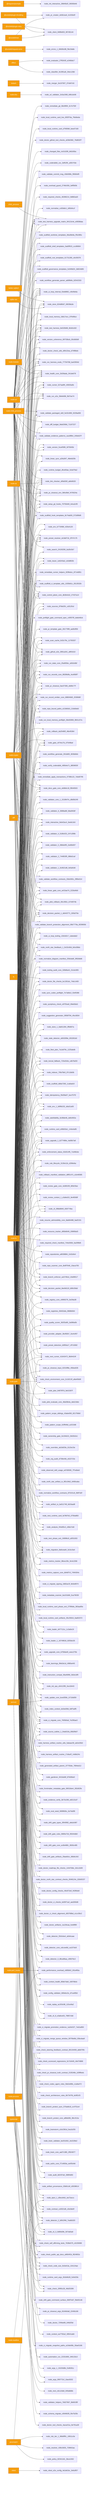
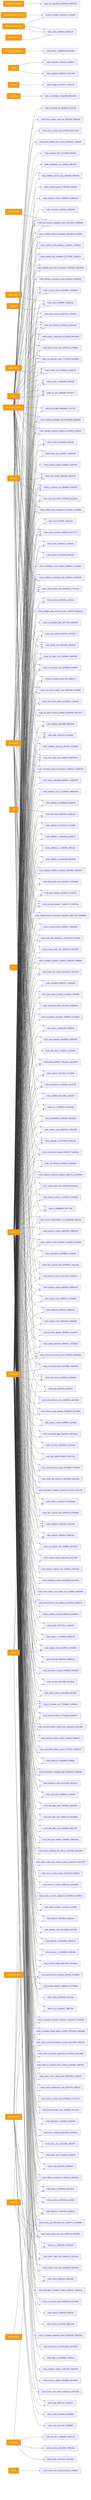
graph LR
  ext_inquirer_prompts_4d547149["@inquirer/prompts"] --> node_init_interactive_28845b2f_39350b46
  ext_octokit_plugin_retry_c9aecc53["@octokit/plugin-retry"] --> node_client_948fe603_907d5144
  ext_octokit_plugin_throttling_7909ece3["@octokit/plugin-throttling"] --> node_client_948fe603_907d5144
  ext_octokit_plugin_throttling_7909ece3["@octokit/plugin-throttling"] --> node_pr_creator_dc6b1ea4_4c333e0f
  ext_octokit_request_error_98ae13cc["@octokit/request-error"] --> node_errors_1_84b56c88_f9e19a8e
  ext_octokit_rest_c6e4d192["@octokit/rest"] --> node_client_948fe603_907d5144
  ext_octokit_rest_c6e4d192["@octokit/rest"] --> node_pr_creator_dc6b1ea4_4c333e0f
  ext_better_sqlite3_d7ed8f1a["better-sqlite3"] --> node_store_824d80d7_69038a3e
  ext_child_process_4845fa97["child_process"] --> node_test_harness_upgrade_matrix_84113c4e_e0838daa
  ext_diff_75a0ee1b["diff"] --> node_interactive_0eb42ac4_3ee6c3c6
  ext_effect_68d1dae1["effect"] --> node_classifier_fe1991a9_34ec128d
  ext_effect_68d1dae1["effect"] --> node_evaluator_27f6343f_e2466dc7
  ext_fs_3f4bb586["fs"] --> node_doctor_file_checks_bc1301dc_74dc1400
  ext_lodash_901466a5["lodash"] --> node_merger_3e167607_07e847e5
  ext_node_child_process_f62b7d19["node:child_process"] --> node_branch_enforcer_acb749cd_10e89517
  ext_node_child_process_f62b7d19["node:child_process"] --> node_changed_files_4c0102f6_bfd165bc
  ext_node_child_process_f62b7d19["node:child_process"] --> node_check_environment_core_2c16213f_a8a456d9
  ext_node_child_process_f62b7d19["node:child_process"] --> node_ci_migrate_core_7005b5af_7e295ae3
  ext_node_child_process_f62b7d19["node:child_process"] --> node_control_plane_core_db3b4cb2_27437a14
  ext_node_child_process_f62b7d19["node:child_process"] --> node_diff_budget_9da0268d_71167227
  ext_node_child_process_f62b7d19["node:child_process"] --> node_docs_gate_core_eb9b6c18_f8540503
  ext_node_child_process_f62b7d19["node:child_process"] --> node_doctor_check_utils_d0fc22ea_d74f86eb
  ext_node_child_process_f62b7d19["node:child_process"] --> node_doctor_github_tool_checks_a53b0382_76d832f7
  ext_node_child_process_f62b7d19["node:child_process"] --> node_github_e2e_2891a341_af6f1610
  ext_node_child_process_f62b7d19["node:child_process"] --> node_health_core_2b2fdada_341de678
  ext_node_child_process_f62b7d19["node:child_process"] --> node_linear_gate_core_a415ae74_222bd4b9
  ext_node_child_process_f62b7d19["node:child_process"] --> node_link_checker_d0fa555f_abfe9020
  ext_node_child_process_f62b7d19["node:child_process"] --> node_local_memory_0db17ecc_97fe98ce
  ext_node_child_process_f62b7d19["node:child_process"] --> node_local_runtime_card_d7fd59bf_beed7160
  ext_node_child_process_f62b7d19["node:child_process"] --> node_local_runtime_card_live_65f2f7da_7feb6eda
  ext_node_child_process_f62b7d19["node:child_process"] --> node_next_runner_41643472_9b94424f
  ext_node_child_process_f62b7d19["node:child_process"] --> node_pr_closeout_0ac07306_e8d9c77f
  ext_node_child_process_f62b7d19["node:child_process"] --> node_pr_closeout_env_9bfcd9ef_f476024a
  ext_node_child_process_f62b7d19["node:child_process"] --> node_remediate_git_58c6f6f4_3c7e755f
  ext_node_child_process_f62b7d19["node:child_process"] --> node_run_e2e_39efe696_fb07ee74
  ext_node_child_process_f62b7d19["node:child_process"] --> node_run_harness_evals_77704768_ba42904d
-   ext_node_child_process_f62b7d19["node:child_process"] --> node_runner_527aa9f4_40925a5b
+   ext_node_child_process_f62b7d19["node:child_process"] --> node_runner_1_6f281bf8_36f20bbb
  ext_node_child_process_f62b7d19["node:child_process"] --> node_scaffold_hook_templates_8c74ab50_572d99d9
  ext_node_child_process_f62b7d19["node:child_process"] --> node_search_24193290_6a30c5b7
  ext_node_child_process_f62b7d19["node:child_process"] --> node_setup_git_hooks_70750d40_b4ca2cf9
  ext_node_child_process_f62b7d19["node:child_process"] --> node_test_harness_6e520b98_6b3d1d32
  ext_node_child_process_f62b7d19["node:child_process"] --> node_test_harness_upgrade_matrix_84113c4e_e0838daa
  ext_node_child_process_f62b7d19["node:child_process"] --> node_ui_loop_internal_f2eb8892_c4b49e6a
  ext_node_child_process_f62b7d19["node:child_process"] --> node_validate_commit_msg_43b008fe_f9560ef9
  ext_node_child_process_f62b7d19["node:child_process"] --> node_validate_evidence_patterns_cacd9fb4_240eb37f
  ext_node_child_process_f62b7d19["node:child_process"] --> node_validate_packaged_skill_5e32c890_9228ad58
  ext_node_child_process_f62b7d19["node:child_process"] --> node_version_coherence_69733bcb_00c8d5d9
  ext_node_crypto_c7dfc512["node:crypto"] --> node_analysis_f44e85c4_c68a7cb6
  ext_node_crypto_c7dfc512["node:crypto"] --> node_artifact_io_ba511748_6d1faad8
  ext_node_crypto_c7dfc512["node:crypto"] --> node_check_environment_core_2c16213f_a8a456d9
  ext_node_crypto_c7dfc512["node:crypto"] --> node_ci_migrate_signing_2d82ac3f_9e5e8974
  ext_node_crypto_c7dfc512["node:crypto"] --> node_control_plane_core_db3b4cb2_27437a14
  ext_node_crypto_c7dfc512["node:crypto"] --> node_decision_packet_1_dd443771_92fa570e
  ext_node_crypto_c7dfc512["node:crypto"] --> node_decision_packet_8ee9d119_b89c59dd
  ext_node_crypto_c7dfc512["node:crypto"] --> node_docs_gate_core_eb9b6c18_f8540503
  ext_node_crypto_c7dfc512["node:crypto"] --> node_enforcement_status_92d314f5_7cd48cbe
  ext_node_crypto_c7dfc512["node:crypto"] --> node_env_b77349bf_420e4120
  ext_node_crypto_c7dfc512["node:crypto"] --> node_gate_c974e17b_07549baf
  ext_node_crypto_c7dfc512["node:crypto"] --> node_idempotency_f5d39a07_bce757f2
  ext_node_crypto_c7dfc512["node:crypto"] --> node_indexer_70fa78e5_97c1bb0b
  ext_node_crypto_c7dfc512["node:crypto"] --> node_lexical_fallback_723e2b3e_cdb7bd33
  ext_node_crypto_c7dfc512["node:crypto"] --> node_linear_sync_a2fa2bf7_48e6d20b
  ext_node_crypto_c7dfc512["node:crypto"] --> node_link_checker_d0fa555f_abfe9020
  ext_node_crypto_c7dfc512["node:crypto"] --> node_migration_8a6cead4_3c3cc0a4
  ext_node_crypto_c7dfc512["node:crypto"] --> node_normalise_cc83ddc1_b95d4ccf
  ext_node_crypto_c7dfc512["node:crypto"] --> node_normalize_diagram_manifest_259cbddf_3f92b8d6
  ext_node_crypto_c7dfc512["node:crypto"] --> node_north_star_feedback_1_9c32c60d_b0cd38dc
  ext_node_crypto_c7dfc512["node:crypto"] --> node_pilot_rollback_00c1f82c_b744974b
  ext_node_crypto_c7dfc512["node:crypto"] --> node_preset_resolver_dc3dd716_3f747c75
  ext_node_crypto_c7dfc512["node:crypto"] --> node_remediate_apply_transactions_0738b122_7ebd0795
  ext_node_crypto_c7dfc512["node:crypto"] --> node_required_checks_46396214_9d882ad3
  ext_node_crypto_c7dfc512["node:crypto"] --> node_rollback_da25480f_48e45364
  ext_node_crypto_c7dfc512["node:crypto"] --> node_run_record_emitter_core_688049d5_2036fd6f
  ext_node_crypto_c7dfc512["node:crypto"] --> node_run_records_core_89286dfa_4ce958f7
  ext_node_crypto_c7dfc512["node:crypto"] --> node_run_state_core_25a955bc_a562e9bf
  ext_node_crypto_c7dfc512["node:crypto"] --> node_scan_cache_fc02c79c_11793337
  ext_node_crypto_c7dfc512["node:crypto"] --> node_sources_878a52fc_cd312fcd
  ext_node_crypto_c7dfc512["node:crypto"] --> node_test_harness_upgrade_matrix_84113c4e_e0838daa
  ext_node_crypto_c7dfc512["node:crypto"] --> node_tracer_1e6243a2_cb3d802b
  ext_node_crypto_c7dfc512["node:crypto"] --> node_ui_loop_internal_f2eb8892_c4b49e6a
  ext_node_crypto_c7dfc512["node:crypto"] --> node_upgrade_1_b277486e_4a06b7a8
  ext_node_dns_828a0bbf["node:dns"] --> node_url_validator_3c5a1568_b9b1dc66
  ext_node_fs_a15b7d96["node:fs"] --> node_analysis_f44e85c4_c68a7cb6
  ext_node_fs_a15b7d96["node:fs"] --> node_artifact_io_ba511748_6d1faad8
  ext_node_fs_a15b7d96["node:fs"] --> node_artifact_provenance_03b81cbf_d3038614
  ext_node_fs_a15b7d96["node:fs"] --> node_audit_b81f37a0_398f4d93
  ext_node_fs_a15b7d96["node:fs"] --> node_authz_core_f714650a_ee0f2e9d
  ext_node_fs_a15b7d96["node:fs"] --> node_brain_core_aa07c380_2f924977
  ext_node_fs_a15b7d96["node:fs"] --> node_brain_validator_be251832_2e2228e2
  ext_node_fs_a15b7d96["node:fs"] --> node_brainstorm_e2e2381d_fea1b255
  ext_node_fs_a15b7d96["node:fs"] --> node_branch_enforcer_acb749cd_10e89517
  ext_node_fs_a15b7d96["node:fs"] --> node_branch_protect_core_a8feb0fd_38c1f12a
  ext_node_fs_a15b7d96["node:fs"] --> node_branch_protect_sync_570adb18_cc4751e4
  ext_node_fs_a15b7d96["node:fs"] --> node_check_20f65c28_48d25399
  ext_node_fs_a15b7d96["node:fs"] --> node_check_architecture_rules_6b7347fd_dc8f2cf3
  ext_node_fs_a15b7d96["node:fs"] --> node_check_code_size_9c5efc3a_154124ae
  ext_node_fs_a15b7d96["node:fs"] --> node_check_codex_agent_roles_5bb2e89b_c1a9a472
  ext_node_fs_a15b7d96["node:fs"] --> node_check_environment_core_2c16213f_a8a456d9
  ext_node_fs_a15b7d96["node:fs"] --> node_check_pr_closeout_truth_contract_f135348c_b39f6edc
  ext_node_fs_a15b7d96["node:fs"] --> node_check_public_api_docs_a9604f1b_f824853c
  ext_node_fs_a15b7d96["node:fs"] --> node_check_scorecard_regressions_5c7c6445_4b474868
  ext_node_fs_a15b7d96["node:fs"] --> node_check_self_affirming_tests_7638e575_c6155698
  ext_node_fs_a15b7d96["node:fs"] --> node_check_steering_feedback_contract_80134459_abb076fc
  ext_node_fs_a15b7d96["node:fs"] --> node_ci_migrate_core_7005b5af_7e295ae3
  ext_node_fs_a15b7d96["node:fs"] --> node_ci_migrate_merge_queue_window_0070bd6d_03bcdaa9
  ext_node_fs_a15b7d96["node:fs"] --> node_ci_migrate_promotion_evidence_1a2dc527_7ed1a850
  ext_node_fs_a15b7d96["node:fs"] --> node_cli_3_9d90d3fe_507ab5a9
  ext_node_fs_a15b7d96["node:fs"] --> node_cli_8_e3a6ce03_79857c8d
  ext_node_fs_a15b7d96["node:fs"] --> node_cli_99bb8840_659774ba
  ext_node_fs_a15b7d96["node:fs"] --> node_config_validator_669ebc2e_d7ca485d
  ext_node_fs_a15b7d96["node:fs"] --> node_context_health_80bb7da9_169768cb
+   ext_node_fs_a15b7d96["node:fs"] --> node_contract_2_79042026_5e38c659
  ext_node_fs_a15b7d96["node:fs"] --> node_contract_cc8321d6_c0e3de0f
  ext_node_fs_a15b7d96["node:fs"] --> node_control_plane_core_db3b4cb2_27437a14
  ext_node_fs_a15b7d96["node:fs"] --> node_decision_packet_1_dd443771_92fa570e
  ext_node_fs_a15b7d96["node:fs"] --> node_decision_packet_8ee9d119_b89c59dd
  ext_node_fs_a15b7d96["node:fs"] --> node_detector_2_b0fc2f46_7ea6b320
  ext_node_fs_a15b7d96["node:fs"] --> node_detector_3_86ca96aa_c95676c3
  ext_node_fs_a15b7d96["node:fs"] --> node_detector_core_cdccee8d_ca107dc8
  ext_node_fs_a15b7d96["node:fs"] --> node_detector_f2b3cbe4_a0d4caae
  ext_node_fs_a15b7d96["node:fs"] --> node_diff_budget_9da0268d_71167227
  ext_node_fs_a15b7d96["node:fs"] --> node_docs_gate_core_eb9b6c18_f8540503
  ext_node_fs_a15b7d96["node:fs"] --> node_doctor_artifacts_1a126caa_fcefdf99
  ext_node_fs_a15b7d96["node:fs"] --> node_doctor_check_utils_d0fc22ea_d74f86eb
  ext_node_fs_a15b7d96["node:fs"] --> node_doctor_ci_check_alignment_d50768bd_e1cc59c2
  ext_node_fs_a15b7d96["node:fs"] --> node_doctor_ci_checks_bd3971a2_aed260d6
  ext_node_fs_a15b7d96["node:fs"] --> node_doctor_config_checks_49c872e0_f42fb5e8
  ext_node_fs_a15b7d96["node:fs"] --> node_doctor_file_checks_bc1301dc_74dc1400
  ext_node_fs_a15b7d96["node:fs"] --> node_doctor_north_star_contract_checks_0048124c_02b00237
  ext_node_fs_a15b7d96["node:fs"] --> node_doctor_roadmap_file_checks_14447b8e_2d1c2d49
  ext_node_fs_a15b7d96["node:fs"] --> node_drift_gate_artifacts_29aeb0cc_86b9c342
  ext_node_fs_a15b7d96["node:fs"] --> node_drift_gate_core_ec6b4881_9500c485
  ext_node_fs_a15b7d96["node:fs"] --> node_drift_gate_rules_9685e72d_95044db0
  ext_node_fs_a15b7d96["node:fs"] --> node_drift_gate_types_3f045f82_a9a3c987
  ext_node_fs_a15b7d96["node:fs"] --> node_eject_1_d0ecd4d1_ba72accc
  ext_node_fs_a15b7d96["node:fs"] --> node_enforcement_status_92d314f5_7cd48cbe
  ext_node_fs_a15b7d96["node:fs"] --> node_env_1_b6f6b232_dda31a93
  ext_node_fs_a15b7d96["node:fs"] --> node_env_b77349bf_420e4120
  ext_node_fs_a15b7d96["node:fs"] --> node_eval_seed_5699fd3e_2a74a5f6
  ext_node_fs_a15b7d96["node:fs"] --> node_evidence_verify_3b73c290_e82131d7
  ext_node_fs_a15b7d96["node:fs"] --> node_fleet_plan_7a1dd79c_1225abdb
  ext_node_fs_a15b7d96["node:fs"] --> node_frontmatter_metadata_gate_6901bbe4_282d02fe
  ext_node_fs_a15b7d96["node:fs"] --> node_gardener_9416a9df_87b06be0
  ext_node_fs_a15b7d96["node:fs"] --> node_gate_c974e17b_07549baf
  ext_node_fs_a15b7d96["node:fs"] --> node_generated_artifact_parent_1f7755de_7894ed12
  ext_node_fs_a15b7d96["node:fs"] --> node_github_e2e_2891a341_af6f1610
  ext_node_fs_a15b7d96["node:fs"] --> node_harness_artifact_routine_17afacff_14dbb24c
  ext_node_fs_a15b7d96["node:fs"] --> node_harness_artifact_routine_utils_5abaac59_ab2e20b3
  ext_node_fs_a15b7d96["node:fs"] --> node_health_core_2b2fdada_341de678
  ext_node_fs_a15b7d96["node:fs"] --> node_idempotency_f5d39a07_bce757f2
  ext_node_fs_a15b7d96["node:fs"] --> node_index_context_de3ed39d_6df7adf5
  ext_node_fs_a15b7d96["node:fs"] --> node_indexer_70fa78e5_97c1bb0b
  ext_node_fs_a15b7d96["node:fs"] --> node_init_ops_e54123f9_3ce18443
  ext_node_fs_a15b7d96["node:fs"] --> node_instruction_compat_06a469fd_3b3e1df0
  ext_node_fs_a15b7d96["node:fs"] --> node_interactive_0eb42ac4_3ee6c3c6
  ext_node_fs_a15b7d96["node:fs"] --> node_learnings_9feb3e1d_4980a445
  ext_node_fs_a15b7d96["node:fs"] --> node_lexical_fallback_723e2b3e_cdb7bd33
  ext_node_fs_a15b7d96["node:fs"] --> node_linear_gate_core_a415ae74_222bd4b9
  ext_node_fs_a15b7d96["node:fs"] --> node_linear_sync_a2fa2bf7_48e6d20b
  ext_node_fs_a15b7d96["node:fs"] --> node_link_checker_d0fa555f_abfe9020
  ext_node_fs_a15b7d96["node:fs"] --> node_loader_1_16749818_9255dc35
  ext_node_fs_a15b7d96["node:fs"] --> node_loader_d47712cc_1c3a0e19
  ext_node_fs_a15b7d96["node:fs"] --> node_local_memory_0db17ecc_97fe98ce
  ext_node_fs_a15b7d96["node:fs"] --> node_local_runtime_card_artifacts_35c25816_0ad02372
  ext_node_fs_a15b7d96["node:fs"] --> node_local_runtime_card_phase_exit_275ffa9a_383aa95e
  ext_node_fs_a15b7d96["node:fs"] --> node_metadata_scanner_6a101b66_5ca79039
  ext_node_fs_a15b7d96["node:fs"] --> node_metrics_capture_core_db4bf7cf_7494304c
  ext_node_fs_a15b7d96["node:fs"] --> node_metrics_tracker_98cec29c_9c4c2266
  ext_node_fs_a15b7d96["node:fs"] --> node_migration_8a6cead4_3c3cc0a4
  ext_node_fs_a15b7d96["node:fs"] --> node_next_phase_exit_1fd996c9_a5f31003
  ext_node_fs_a15b7d96["node:fs"] --> node_next_runner_41643472_9b94424f
  ext_node_fs_a15b7d96["node:fs"] --> node_next_runtime_card_fa7867b3_0756a883
  ext_node_fs_a15b7d96["node:fs"] --> node_normalize_diagram_manifest_259cbddf_3f92b8d6
  ext_node_fs_a15b7d96["node:fs"] --> node_normalize_workflow_contracts_8701f1c8_0fdf7d2f
  ext_node_fs_a15b7d96["node:fs"] --> node_north_star_artifact_io_9f2c34b2_6490caba
  ext_node_fs_a15b7d96["node:fs"] --> node_north_star_feedback_1_9c32c60d_b0cd38dc
  ext_node_fs_a15b7d96["node:fs"] --> node_observed_skill_usage_ed7d5930_7f7edbe6
  ext_node_fs_a15b7d96["node:fs"] --> node_org_audit_d739e44b_e522723c
  ext_node_fs_a15b7d96["node:fs"] --> node_overrides_ab2dd33e_6115e15e
  ext_node_fs_a15b7d96["node:fs"] --> node_ownership_gate_2e194d13_2b02b2e1
  ext_node_fs_a15b7d96["node:fs"] --> node_pattern_scope_61ff946d_a1f21fd8
  ext_node_fs_a15b7d96["node:fs"] --> node_pattern_scope_siblings_43abe000_821756b0
  ext_node_fs_a15b7d96["node:fs"] --> node_pilot_evaluate_core_48a59b4a_deb218dc
  ext_node_fs_a15b7d96["node:fs"] --> node_pilot_rollback_00c1f82c_b744974b
  ext_node_fs_a15b7d96["node:fs"] --> node_plan_64879f7d_9e01597f
  ext_node_fs_a15b7d96["node:fs"] --> node_pr_closeout_0ac07306_e8d9c77f
  ext_node_fs_a15b7d96["node:fs"] --> node_pr_closeout_env_9bfcd9ef_f476024a
  ext_node_fs_a15b7d96["node:fs"] --> node_pr_closeout_input_02319f8e_456ea535
  ext_node_fs_a15b7d96["node:fs"] --> node_pr_template_gate_281778f9_aa0b3f59
  ext_node_fs_a15b7d96["node:fs"] --> node_preflight_gate_command_spec_c45f57f0_bdeb46cb
  ext_node_fs_a15b7d96["node:fs"] --> node_preset_detection_b0f00a17_4f7c5082
  ext_node_fs_a15b7d96["node:fs"] --> node_preset_resolver_dc3dd716_3f747c75
  ext_node_fs_a15b7d96["node:fs"] --> node_provider_adapter_3bcf82b7_3ce4cf67
  ext_node_fs_a15b7d96["node:fs"] --> node_quality_scorer_362f2a90_2a086a0b
  ext_node_fs_a15b7d96["node:fs"] --> node_registries_06402afa_0868b564
  ext_node_fs_a15b7d96["node:fs"] --> node_registry_core_c9990279_3e2fda38
  ext_node_fs_a15b7d96["node:fs"] --> node_remediate_apply_transactions_0738b122_7ebd0795
  ext_node_fs_a15b7d96["node:fs"] --> node_remediate_runner_helpers_929fedcc_8714d951
  ext_node_fs_a15b7d96["node:fs"] --> node_repo_bound_paths_e218b5b3_216d0eb0
  ext_node_fs_a15b7d96["node:fs"] --> node_repo_scanner_core_8e9f7646_10aca705
  ext_node_fs_a15b7d96["node:fs"] --> node_repositories_a8038884_2c62efe4
  ext_node_fs_a15b7d96["node:fs"] --> node_required_check_manifest_744e3936_5a20f8d5
  ext_node_fs_a15b7d96["node:fs"] --> node_resource_tracker_d95b6649_20895bd3
  ext_node_fs_a15b7d96["node:fs"] --> node_resume_admissibility_core_8ab84488_faaf2191
  ext_node_fs_a15b7d96["node:fs"] --> node_review_context_1_e3afed15_9e46568f
  ext_node_fs_a15b7d96["node:fs"] --> node_review_gate_core_4c8001f9_809cf3ee
  ext_node_fs_a15b7d96["node:fs"] --> node_rollback_da25480f_48e45364
  ext_node_fs_a15b7d96["node:fs"] --> node_rollback_manifest_validation_d8f5147c_e2e46585
  ext_node_fs_a15b7d96["node:fs"] --> node_rule_lifecycle_3130e11b_d296efac
  ext_node_fs_a15b7d96["node:fs"] --> node_run_e2e_39efe696_fb07ee74
  ext_node_fs_a15b7d96["node:fs"] --> node_run_harness_evals_77704768_ba42904d
  ext_node_fs_a15b7d96["node:fs"] --> node_run_record_emitter_core_688049d5_2036fd6f
  ext_node_fs_a15b7d96["node:fs"] --> node_run_records_core_89286dfa_4ce958f7
  ext_node_fs_a15b7d96["node:fs"] --> node_run_state_core_25a955bc_a562e9bf
-   ext_node_fs_a15b7d96["node:fs"] --> node_runner_527aa9f4_40925a5b
+   ext_node_fs_a15b7d96["node:fs"] --> node_runner_1_6f281bf8_36f20bbb
  ext_node_fs_a15b7d96["node:fs"] --> node_runtime_budget_dfce83ae_5cbd79a2
  ext_node_fs_a15b7d96["node:fs"] --> node_runtime_card_e06b53e1_144e4a95
  ext_node_fs_a15b7d96["node:fs"] --> node_satisfiability_6c08de4b_de8c902a
  ext_node_fs_a15b7d96["node:fs"] --> node_scaffold_ci_template_utils_1035b61c_0513532b
  ext_node_fs_a15b7d96["node:fs"] --> node_scaffold_db8a7260_1ca6adc9
  ext_node_fs_a15b7d96["node:fs"] --> node_scaffold_governance_templates_5c949d24_3d624d65
  ext_node_fs_a15b7d96["node:fs"] --> node_scaffold_hook_templates_8c74ab50_572d99d9
  ext_node_fs_a15b7d96["node:fs"] --> node_scaffold_root_templates_61731280_c6c59378
  ext_node_fs_a15b7d96["node:fs"] --> node_scaffold_shell_templates_0ad0f915_ccc86664
  ext_node_fs_a15b7d96["node:fs"] --> node_scaffold_worktree_templates_66a38e9a_ff3c085c
  ext_node_fs_a15b7d96["node:fs"] --> node_scan_cache_fc02c79c_11793337
  ext_node_fs_a15b7d96["node:fs"] --> node_setup_git_hooks_70750d40_b4ca2cf9
  ext_node_fs_a15b7d96["node:fs"] --> node_source_outline_1_54a631fa_8582fb07
  ext_node_fs_a15b7d96["node:fs"] --> node_sources_878a52fc_cd312fcd
  ext_node_fs_a15b7d96["node:fs"] --> node_stale_detector_a563289e_653281b0
  ext_node_fs_a15b7d96["node:fs"] --> node_store_1_0ab51284_0ffe807a
  ext_node_fs_a15b7d96["node:fs"] --> node_store_824d80d7_69038a3e
  ext_node_fs_a15b7d96["node:fs"] --> node_suggestion_generator_0956f794_4fce3834
  ext_node_fs_a15b7d96["node:fs"] --> node_symphony_check_e97f2ea0_09eb5bd1
  ext_node_fs_a15b7d96["node:fs"] --> node_sync_codex_preflight_7e7a8dc2_f2ef0386
+   ext_node_fs_a15b7d96["node:fs"] --> node_templates_9c6641c1_7da84505
  ext_node_fs_a15b7d96["node:fs"] --> node_test_harness_6e520b98_6b3d1d32
  ext_node_fs_a15b7d96["node:fs"] --> node_test_harness_upgrade_matrix_84113c4e_e0838daa
  ext_node_fs_a15b7d96["node:fs"] --> node_tooling_audit_core_328d6a41_01cbc905
  ext_node_fs_a15b7d96["node:fs"] --> node_tracer_1e6243a2_cb3d802b
  ext_node_fs_a15b7d96["node:fs"] --> node_ui_loop_internal_f2eb8892_c4b49e6a
  ext_node_fs_a15b7d96["node:fs"] --> node_ui_loop_tooling_12b2d2c7_1abedab2
  ext_node_fs_a15b7d96["node:fs"] --> node_update_core_bced358c_b710dd59
  ext_node_fs_a15b7d96["node:fs"] --> node_upgrade_1_b277486e_4a06b7a8
-   ext_node_fs_a15b7d96["node:fs"] --> node_upgrade_core_b759da40_eeec275b
  ext_node_fs_a15b7d96["node:fs"] --> node_validate_branch_protection_alignment_09b7779a_6f299056
  ext_node_fs_a15b7d96["node:fs"] --> node_validate_commit_msg_43b008fe_f9560ef9
  ext_node_fs_a15b7d96["node:fs"] --> node_validate_evidence_patterns_cacd9fb4_240eb37f
  ext_node_fs_a15b7d96["node:fs"] --> node_validate_packaged_skill_5e32c890_9228ad58
  ext_node_fs_a15b7d96["node:fs"] --> node_validate_workflow_contracts_33dc063c_2f80e314
  ext_node_fs_a15b7d96["node:fs"] --> node_validator_1_0c0621d8_0e5afcb6
  ext_node_fs_a15b7d96["node:fs"] --> node_validator_2_744853f5_98bb2caf
  ext_node_fs_a15b7d96["node:fs"] --> node_validator_3_28b6e9f3_2ed5b007
  ext_node_fs_a15b7d96["node:fs"] --> node_validator_4_5180cf23_247c289b
  ext_node_fs_a15b7d96["node:fs"] --> node_validator_6_3688adbf_8ba940df
  ext_node_fs_a15b7d96["node:fs"] --> node_validator_core_1_1518647e_d8d0b249
  ext_node_fs_a15b7d96["node:fs"] --> node_verify_coderabbit_490b4e71_8859655f
  ext_node_fs_a15b7d96["node:fs"] --> node_version_5ca4f385_fd75945b
  ext_node_fs_a15b7d96["node:fs"] --> node_version_coherence_69733bcb_00c8d5d9
  ext_node_fs_a15b7d96["node:fs"] --> node_workflow_generate_2fc0af62_803bbfeb
  ext_node_fs_a15b7d96["node:fs"] --> node_workflow_generate_parser_ad69fefe_62542333
  ext_node_module_ca1b42af["node:module"] --> node_health_core_2b2fdada_341de678
  ext_node_os_d93fe73a["node:os"] --> node_env_1_b6f6b232_dda31a93
  ext_node_os_d93fe73a["node:os"] --> node_github_e2e_2891a341_af6f1610
  ext_node_os_d93fe73a["node:os"] --> node_link_checker_d0fa555f_abfe9020
  ext_node_os_d93fe73a["node:os"] --> node_overload_guard_2748c559_3eff560b
  ext_node_os_d93fe73a["node:os"] --> node_performance_overload_c685bfcf_291ef65a
  ext_node_os_d93fe73a["node:os"] --> node_pr_closeout_env_9bfcd9ef_f476024a
-   ext_node_os_d93fe73a["node:os"] --> node_runner_527aa9f4_40925a5b
+   ext_node_os_d93fe73a["node:os"] --> node_runner_1_6f281bf8_36f20bbb
  ext_node_os_d93fe73a["node:os"] --> node_test_harness_6e520b98_6b3d1d32
  ext_node_os_d93fe73a["node:os"] --> node_test_harness_upgrade_matrix_84113c4e_e0838daa
  ext_node_path_78811c13["node:path"] --> node_analysis_f44e85c4_c68a7cb6
  ext_node_path_78811c13["node:path"] --> node_args_090772cf_1bac9202
  ext_node_path_78811c13["node:path"] --> node_args_1_15220d9b_f1d9281c
  ext_node_path_78811c13["node:path"] --> node_artifact_io_ba511748_6d1faad8
  ext_node_path_78811c13["node:path"] --> node_artifact_provenance_03b81cbf_d3038614
  ext_node_path_78811c13["node:path"] --> node_audit_b81f37a0_398f4d93
  ext_node_path_78811c13["node:path"] --> node_authz_core_f714650a_ee0f2e9d
  ext_node_path_78811c13["node:path"] --> node_automation_run_22331800_346133c3
  ext_node_path_78811c13["node:path"] --> node_brain_core_aa07c380_2f924977
  ext_node_path_78811c13["node:path"] --> node_brain_validator_be251832_2e2228e2
  ext_node_path_78811c13["node:path"] --> node_brainstorm_e2e2381d_fea1b255
  ext_node_path_78811c13["node:path"] --> node_branch_enforcer_acb749cd_10e89517
  ext_node_path_78811c13["node:path"] --> node_branch_protect_core_a8feb0fd_38c1f12a
  ext_node_path_78811c13["node:path"] --> node_branch_protect_sync_570adb18_cc4751e4
  ext_node_path_78811c13["node:path"] --> node_check_20f65c28_48d25399
  ext_node_path_78811c13["node:path"] --> node_check_architecture_rules_6b7347fd_dc8f2cf3
  ext_node_path_78811c13["node:path"] --> node_check_code_size_9c5efc3a_154124ae
  ext_node_path_78811c13["node:path"] --> node_check_codex_agent_roles_5bb2e89b_c1a9a472
  ext_node_path_78811c13["node:path"] --> node_check_environment_core_2c16213f_a8a456d9
  ext_node_path_78811c13["node:path"] --> node_check_pr_closeout_truth_contract_f135348c_b39f6edc
  ext_node_path_78811c13["node:path"] --> node_check_public_api_docs_a9604f1b_f824853c
  ext_node_path_78811c13["node:path"] --> node_check_scorecard_regressions_5c7c6445_4b474868
  ext_node_path_78811c13["node:path"] --> node_check_self_affirming_tests_7638e575_c6155698
  ext_node_path_78811c13["node:path"] --> node_check_steering_feedback_contract_80134459_abb076fc
  ext_node_path_78811c13["node:path"] --> node_ci_migrate_core_7005b5af_7e295ae3
  ext_node_path_78811c13["node:path"] --> node_ci_migrate_merge_queue_window_0070bd6d_03bcdaa9
  ext_node_path_78811c13["node:path"] --> node_ci_migrate_promotion_evidence_1a2dc527_7ed1a850
  ext_node_path_78811c13["node:path"] --> node_ci_migrate_snapshot_paths_a10de06b_30ae5166
  ext_node_path_78811c13["node:path"] --> node_cli_3_9d90d3fe_507ab5a9
  ext_node_path_78811c13["node:path"] --> node_cli_8_e3a6ce03_79857c8d
  ext_node_path_78811c13["node:path"] --> node_cli_99bb8840_659774ba
  ext_node_path_78811c13["node:path"] --> node_config_validator_669ebc2e_d7ca485d
  ext_node_path_78811c13["node:path"] --> node_context_ea7792a2_08541ab6
  ext_node_path_78811c13["node:path"] --> node_context_health_80bb7da9_169768cb
+   ext_node_path_78811c13["node:path"] --> node_contract_2_79042026_5e38c659
  ext_node_path_78811c13["node:path"] --> node_contract_cc8321d6_c0e3de0f
  ext_node_path_78811c13["node:path"] --> node_control_plane_core_db3b4cb2_27437a14
  ext_node_path_78811c13["node:path"] --> node_decision_packet_1_dd443771_92fa570e
  ext_node_path_78811c13["node:path"] --> node_decision_packet_8ee9d119_b89c59dd
  ext_node_path_78811c13["node:path"] --> node_detector_2_b0fc2f46_7ea6b320
  ext_node_path_78811c13["node:path"] --> node_detector_3_86ca96aa_c95676c3
  ext_node_path_78811c13["node:path"] --> node_detector_core_cdccee8d_ca107dc8
  ext_node_path_78811c13["node:path"] --> node_detector_f2b3cbe4_a0d4caae
  ext_node_path_78811c13["node:path"] --> node_docs_gate_core_eb9b6c18_f8540503
  ext_node_path_78811c13["node:path"] --> node_doctor_72f4be89_04fd2f3d
  ext_node_path_78811c13["node:path"] --> node_doctor_artifacts_1a126caa_fcefdf99
  ext_node_path_78811c13["node:path"] --> node_doctor_ci_check_alignment_d50768bd_e1cc59c2
  ext_node_path_78811c13["node:path"] --> node_doctor_ci_checks_bd3971a2_aed260d6
  ext_node_path_78811c13["node:path"] --> node_doctor_config_checks_49c872e0_f42fb5e8
  ext_node_path_78811c13["node:path"] --> node_doctor_file_checks_bc1301dc_74dc1400
  ext_node_path_78811c13["node:path"] --> node_doctor_north_star_contract_checks_0048124c_02b00237
  ext_node_path_78811c13["node:path"] --> node_doctor_roadmap_file_checks_14447b8e_2d1c2d49
  ext_node_path_78811c13["node:path"] --> node_drift_gate_artifacts_29aeb0cc_86b9c342
  ext_node_path_78811c13["node:path"] --> node_drift_gate_command_surface_060f7e67_f8e83146
  ext_node_path_78811c13["node:path"] --> node_drift_gate_core_ec6b4881_9500c485
  ext_node_path_78811c13["node:path"] --> node_drift_gate_rules_9685e72d_95044db0
  ext_node_path_78811c13["node:path"] --> node_drift_gate_types_3f045f82_a9a3c987
  ext_node_path_78811c13["node:path"] --> node_eject_1_d0ecd4d1_ba72accc
  ext_node_path_78811c13["node:path"] --> node_enforcement_status_92d314f5_7cd48cbe
  ext_node_path_78811c13["node:path"] --> node_env_1_b6f6b232_dda31a93
  ext_node_path_78811c13["node:path"] --> node_eval_seed_5699fd3e_2a74a5f6
  ext_node_path_78811c13["node:path"] --> node_evidence_verify_3b73c290_e82131d7
  ext_node_path_78811c13["node:path"] --> node_frontmatter_metadata_gate_6901bbe4_282d02fe
  ext_node_path_78811c13["node:path"] --> node_gardener_9416a9df_87b06be0
  ext_node_path_78811c13["node:path"] --> node_gate_c974e17b_07549baf
  ext_node_path_78811c13["node:path"] --> node_generated_artifact_parent_1f7755de_7894ed12
  ext_node_path_78811c13["node:path"] --> node_github_e2e_2891a341_af6f1610
  ext_node_path_78811c13["node:path"] --> node_harness_artifact_routine_17afacff_14dbb24c
  ext_node_path_78811c13["node:path"] --> node_harness_artifact_routine_utils_5abaac59_ab2e20b3
  ext_node_path_78811c13["node:path"] --> node_health_core_2b2fdada_341de678
  ext_node_path_78811c13["node:path"] --> node_idempotency_f5d39a07_bce757f2
  ext_node_path_78811c13["node:path"] --> node_index_context_de3ed39d_6df7adf5
  ext_node_path_78811c13["node:path"] --> node_indexer_70fa78e5_97c1bb0b
  ext_node_path_78811c13["node:path"] --> node_init_ops_e54123f9_3ce18443
  ext_node_path_78811c13["node:path"] --> node_instruction_compat_06a469fd_3b3e1df0
  ext_node_path_78811c13["node:path"] --> node_interactive_0eb42ac4_3ee6c3c6
  ext_node_path_78811c13["node:path"] --> node_learnings_9feb3e1d_4980a445
  ext_node_path_78811c13["node:path"] --> node_lexical_fallback_723e2b3e_cdb7bd33
  ext_node_path_78811c13["node:path"] --> node_linear_gate_core_a415ae74_222bd4b9
  ext_node_path_78811c13["node:path"] --> node_link_checker_d0fa555f_abfe9020
  ext_node_path_78811c13["node:path"] --> node_loader_1_16749818_9255dc35
  ext_node_path_78811c13["node:path"] --> node_loader_d47712cc_1c3a0e19
  ext_node_path_78811c13["node:path"] --> node_local_runtime_card_artifacts_35c25816_0ad02372
  ext_node_path_78811c13["node:path"] --> node_local_runtime_card_phase_exit_275ffa9a_383aa95e
  ext_node_path_78811c13["node:path"] --> node_metadata_scanner_6a101b66_5ca79039
  ext_node_path_78811c13["node:path"] --> node_metrics_capture_core_db4bf7cf_7494304c
  ext_node_path_78811c13["node:path"] --> node_metrics_tracker_98cec29c_9c4c2266
  ext_node_path_78811c13["node:path"] --> node_migration_8a6cead4_3c3cc0a4
  ext_node_path_78811c13["node:path"] --> node_next_phase_exit_1fd996c9_a5f31003
  ext_node_path_78811c13["node:path"] --> node_next_runner_41643472_9b94424f
  ext_node_path_78811c13["node:path"] --> node_next_runtime_card_fa7867b3_0756a883
  ext_node_path_78811c13["node:path"] --> node_normalize_diagram_manifest_259cbddf_3f92b8d6
  ext_node_path_78811c13["node:path"] --> node_normalize_workflow_contracts_8701f1c8_0fdf7d2f
  ext_node_path_78811c13["node:path"] --> node_north_star_artifact_io_9f2c34b2_6490caba
  ext_node_path_78811c13["node:path"] --> node_north_star_feedback_1_9c32c60d_b0cd38dc
  ext_node_path_78811c13["node:path"] --> node_observed_skill_usage_ed7d5930_7f7edbe6
  ext_node_path_78811c13["node:path"] --> node_org_audit_d739e44b_e522723c
  ext_node_path_78811c13["node:path"] --> node_overrides_ab2dd33e_6115e15e
  ext_node_path_78811c13["node:path"] --> node_ownership_gate_2e194d13_2b02b2e1
  ext_node_path_78811c13["node:path"] --> node_pattern_scope_61ff946d_a1f21fd8
  ext_node_path_78811c13["node:path"] --> node_pattern_scope_siblings_43abe000_821756b0
  ext_node_path_78811c13["node:path"] --> node_pilot_evaluate_core_48a59b4a_deb218dc
  ext_node_path_78811c13["node:path"] --> node_pilot_rollback_00c1f82c_b744974b
  ext_node_path_78811c13["node:path"] --> node_plan_64879f7d_9e01597f
  ext_node_path_78811c13["node:path"] --> node_pr_closeout_0ac07306_e8d9c77f
  ext_node_path_78811c13["node:path"] --> node_pr_closeout_args_8164b0a8_2240b166
  ext_node_path_78811c13["node:path"] --> node_pr_closeout_env_9bfcd9ef_f476024a
  ext_node_path_78811c13["node:path"] --> node_pr_closeout_input_02319f8e_456ea535
  ext_node_path_78811c13["node:path"] --> node_preset_detection_b0f00a17_4f7c5082
  ext_node_path_78811c13["node:path"] --> node_preset_resolver_dc3dd716_3f747c75
  ext_node_path_78811c13["node:path"] --> node_provider_adapter_3bcf82b7_3ce4cf67
  ext_node_path_78811c13["node:path"] --> node_quality_scorer_362f2a90_2a086a0b
  ext_node_path_78811c13["node:path"] --> node_registries_06402afa_0868b564
  ext_node_path_78811c13["node:path"] --> node_registry_core_c9990279_3e2fda38
  ext_node_path_78811c13["node:path"] --> node_remediate_apply_transactions_0738b122_7ebd0795
  ext_node_path_78811c13["node:path"] --> node_replay_ac203c98_115ce9a2
  ext_node_path_78811c13["node:path"] --> node_repo_bound_paths_e218b5b3_216d0eb0
  ext_node_path_78811c13["node:path"] --> node_repo_scanner_core_8e9f7646_10aca705
  ext_node_path_78811c13["node:path"] --> node_repositories_a8038884_2c62efe4
  ext_node_path_78811c13["node:path"] --> node_required_check_manifest_744e3936_5a20f8d5
  ext_node_path_78811c13["node:path"] --> node_resource_tracker_d95b6649_20895bd3
  ext_node_path_78811c13["node:path"] --> node_resume_admissibility_core_8ab84488_faaf2191
  ext_node_path_78811c13["node:path"] --> node_review_context_1_e3afed15_9e46568f
  ext_node_path_78811c13["node:path"] --> node_review_gate_core_4c8001f9_809cf3ee
  ext_node_path_78811c13["node:path"] --> node_rollback_da25480f_48e45364
  ext_node_path_78811c13["node:path"] --> node_rollback_manifest_validation_d8f5147c_e2e46585
  ext_node_path_78811c13["node:path"] --> node_rule_lifecycle_3130e11b_d296efac
  ext_node_path_78811c13["node:path"] --> node_run_e2e_39efe696_fb07ee74
  ext_node_path_78811c13["node:path"] --> node_run_harness_evals_77704768_ba42904d
  ext_node_path_78811c13["node:path"] --> node_run_local_memory_preflight_36e92808_9841c57a
  ext_node_path_78811c13["node:path"] --> node_run_record_emitter_core_688049d5_2036fd6f
  ext_node_path_78811c13["node:path"] --> node_run_records_core_89286dfa_4ce958f7
  ext_node_path_78811c13["node:path"] --> node_run_state_core_25a955bc_a562e9bf
-   ext_node_path_78811c13["node:path"] --> node_runner_527aa9f4_40925a5b
+   ext_node_path_78811c13["node:path"] --> node_runner_1_6f281bf8_36f20bbb
  ext_node_path_78811c13["node:path"] --> node_runtime_card_args_2b3d4b28_5cfe029c
  ext_node_path_78811c13["node:path"] --> node_runtime_card_e06b53e1_144e4a95
  ext_node_path_78811c13["node:path"] --> node_satisfiability_6c08de4b_de8c902a
  ext_node_path_78811c13["node:path"] --> node_scaffold_ci_template_utils_1035b61c_0513532b
  ext_node_path_78811c13["node:path"] --> node_scaffold_db8a7260_1ca6adc9
  ext_node_path_78811c13["node:path"] --> node_scaffold_hook_templates_8c74ab50_572d99d9
  ext_node_path_78811c13["node:path"] --> node_scan_cache_fc02c79c_11793337
  ext_node_path_78811c13["node:path"] --> node_search_24193290_6a30c5b7
  ext_node_path_78811c13["node:path"] --> node_setup_git_hooks_70750d40_b4ca2cf9
  ext_node_path_78811c13["node:path"] --> node_source_outline_1_54a631fa_8582fb07
  ext_node_path_78811c13["node:path"] --> node_sources_878a52fc_cd312fcd
  ext_node_path_78811c13["node:path"] --> node_stale_detector_a563289e_653281b0
  ext_node_path_78811c13["node:path"] --> node_store_1_0ab51284_0ffe807a
  ext_node_path_78811c13["node:path"] --> node_store_824d80d7_69038a3e
  ext_node_path_78811c13["node:path"] --> node_suggestion_generator_0956f794_4fce3834
  ext_node_path_78811c13["node:path"] --> node_symphony_check_e97f2ea0_09eb5bd1
  ext_node_path_78811c13["node:path"] --> node_sync_codex_preflight_7e7a8dc2_f2ef0386
+   ext_node_path_78811c13["node:path"] --> node_templates_9c6641c1_7da84505
  ext_node_path_78811c13["node:path"] --> node_test_harness_6e520b98_6b3d1d32
  ext_node_path_78811c13["node:path"] --> node_test_harness_upgrade_matrix_84113c4e_e0838daa
  ext_node_path_78811c13["node:path"] --> node_tooling_audit_core_328d6a41_01cbc905
  ext_node_path_78811c13["node:path"] --> node_tracer_1e6243a2_cb3d802b
  ext_node_path_78811c13["node:path"] --> node_ui_loop_internal_f2eb8892_c4b49e6a
  ext_node_path_78811c13["node:path"] --> node_ui_loop_tooling_12b2d2c7_1abedab2
  ext_node_path_78811c13["node:path"] --> node_update_core_bced358c_b710dd59
  ext_node_path_78811c13["node:path"] --> node_upgrade_1_b277486e_4a06b7a8
-   ext_node_path_78811c13["node:path"] --> node_upgrade_core_b759da40_eeec275b
  ext_node_path_78811c13["node:path"] --> node_validate_branch_protection_alignment_09b7779a_6f299056
  ext_node_path_78811c13["node:path"] --> node_validate_evidence_patterns_cacd9fb4_240eb37f
  ext_node_path_78811c13["node:path"] --> node_validate_packaged_skill_5e32c890_9228ad58
  ext_node_path_78811c13["node:path"] --> node_validate_workflow_contracts_33dc063c_2f80e314
  ext_node_path_78811c13["node:path"] --> node_validator_1_0c0621d8_0e5afcb6
  ext_node_path_78811c13["node:path"] --> node_validator_2_744853f5_98bb2caf
  ext_node_path_78811c13["node:path"] --> node_validator_3_28b6e9f3_2ed5b007
  ext_node_path_78811c13["node:path"] --> node_validator_4_5180cf23_247c289b
  ext_node_path_78811c13["node:path"] --> node_validator_6_3688adbf_8ba940df
  ext_node_path_78811c13["node:path"] --> node_validator_core_1_1518647e_d8d0b249
  ext_node_path_78811c13["node:path"] --> node_verify_coderabbit_490b4e71_8859655f
  ext_node_path_78811c13["node:path"] --> node_version_5ca4f385_fd75945b
  ext_node_path_78811c13["node:path"] --> node_version_coherence_69733bcb_00c8d5d9
  ext_node_path_78811c13["node:path"] --> node_workflow_generate_2fc0af62_803bbfeb
  ext_node_perf_hooks_906292ff["node:perf_hooks"] --> node_performance_overload_c685bfcf_291ef65a
  ext_node_process_00cdf119["node:process"] --> node_args_090772cf_1bac9202
  ext_node_process_00cdf119["node:process"] --> node_check_20f65c28_48d25399
  ext_node_process_00cdf119["node:process"] --> node_ci_migrate_core_7005b5af_7e295ae3
  ext_node_process_00cdf119["node:process"] --> node_ci_migrate_signing_2d82ac3f_9e5e8974
  ext_node_process_00cdf119["node:process"] --> node_cli_3_9d90d3fe_507ab5a9
  ext_node_process_00cdf119["node:process"] --> node_contract_cc8321d6_c0e3de0f
  ext_node_process_00cdf119["node:process"] --> node_next_c6c1c9a9_040a8dbb
  ext_node_process_00cdf119["node:process"] --> node_next_runner_41643472_9b94424f
  ext_node_process_00cdf119["node:process"] --> node_performance_overload_c685bfcf_291ef65a
  ext_node_process_00cdf119["node:process"] --> node_pr_closeout_args_8164b0a8_2240b166
+   ext_node_process_00cdf119["node:process"] --> node_runner_527aa9f4_40925a5b
  ext_node_process_00cdf119["node:process"] --> node_runtime_card_args_2b3d4b28_5cfe029c
-   ext_node_process_00cdf119["node:process"] --> node_upgrade_core_b759da40_eeec275b
  ext_node_readline_bb6096cc["node:readline"] --> node_eject_1_d0ecd4d1_ba72accc
  ext_node_url_d0cb3ad7["node:url"] --> node_cli_99bb8840_659774ba
  ext_node_url_d0cb3ad7["node:url"] --> node_coderabbit_csv_3ef61ffc_af2b743e
  ext_node_url_d0cb3ad7["node:url"] --> node_control_plane_core_db3b4cb2_27437a14
  ext_node_url_d0cb3ad7["node:url"] --> node_decision_packet_1_dd443771_92fa570e
  ext_node_url_d0cb3ad7["node:url"] --> node_gate_c974e17b_07549baf
  ext_node_url_d0cb3ad7["node:url"] --> node_health_core_2b2fdada_341de678
  ext_node_url_d0cb3ad7["node:url"] --> node_preset_resolver_dc3dd716_3f747c75
  ext_node_url_d0cb3ad7["node:url"] --> node_repo_bound_paths_e218b5b3_216d0eb0
  ext_node_url_d0cb3ad7["node:url"] --> node_run_e2e_39efe696_fb07ee74
  ext_node_url_d0cb3ad7["node:url"] --> node_run_harness_evals_77704768_ba42904d
  ext_node_url_d0cb3ad7["node:url"] --> node_run_local_memory_preflight_36e92808_9841c57a
  ext_node_url_d0cb3ad7["node:url"] --> node_scaffold_ci_template_utils_1035b61c_0513532b
  ext_node_url_d0cb3ad7["node:url"] --> node_scaffold_governance_templates_5c949d24_3d624d65
  ext_node_url_d0cb3ad7["node:url"] --> node_scaffold_root_templates_61731280_c6c59378
  ext_node_url_d0cb3ad7["node:url"] --> node_scaffold_shell_templates_0ad0f915_ccc86664
  ext_node_url_d0cb3ad7["node:url"] --> node_scaffold_worktree_templates_66a38e9a_ff3c085c
  ext_node_url_d0cb3ad7["node:url"] --> node_test_harness_upgrade_matrix_84113c4e_e0838daa
  ext_node_url_d0cb3ad7["node:url"] --> node_ui_loop_internal_f2eb8892_c4b49e6a
  ext_node_url_d0cb3ad7["node:url"] --> node_version_5ca4f385_fd75945b
  ext_picomatch_2ebdbf14["picomatch"] --> node_detector_2_b0fc2f46_7ea6b320
  ext_picomatch_2ebdbf14["picomatch"] --> node_policy_823412d1_3bce1002
  ext_picomatch_2ebdbf14["picomatch"] --> node_resolver_439c3635_729842aa
  ext_picomatch_2ebdbf14["picomatch"] --> node_risk_tier_1_96b6ff91_19911c0e
  ext_semver_b4039641["semver"] --> node_check_environment_core_2c16213f_a8a456d9
  ext_semver_b4039641["semver"] --> node_doctor_tool_checks_4acac51a_9e791a28
  ext_semver_b4039641["semver"] --> node_migration_8a6cead4_3c3cc0a4
  ext_semver_b4039641["semver"] --> node_schema_migrate_c0646635_f0e7b25b
  ext_semver_b4039641["semver"] --> node_update_core_bced358c_b710dd59
  ext_semver_b4039641["semver"] --> node_upgrade_1_b277486e_4a06b7a8
  ext_semver_b4039641["semver"] --> node_validator_helpers_7b927667_8b691f8f
  ext_sqlite_vec_bae73cf2["sqlite-vec"] --> node_store_824d80d7_69038a3e
  ext_typescript_fb9da861["typescript"] --> node_check_code_size_9c5efc3a_154124ae
  ext_typescript_fb9da861["typescript"] --> node_check_public_api_docs_a9604f1b_f824853c
  ext_typescript_fb9da861["typescript"] --> node_check_self_affirming_tests_7638e575_c6155698
  ext_typescript_fb9da861["typescript"] --> node_source_outline_1_54a631fa_8582fb07
  ext_vitest_4c9cfa13["vitest"] --> node_vitest_e2e_config_4e2a61bc_3efa3f07
  style ext_better_sqlite3_d7ed8f1a fill:#f59e0b,color:#fff
  style ext_child_process_4845fa97 fill:#f59e0b,color:#fff
  style ext_diff_75a0ee1b fill:#f59e0b,color:#fff
  style ext_effect_68d1dae1 fill:#f59e0b,color:#fff
  style ext_fs_3f4bb586 fill:#f59e0b,color:#fff
  style ext_inquirer_prompts_4d547149 fill:#f59e0b,color:#fff
  style ext_lodash_901466a5 fill:#f59e0b,color:#fff
  style ext_node_child_process_f62b7d19 fill:#f59e0b,color:#fff
  style ext_node_crypto_c7dfc512 fill:#f59e0b,color:#fff
  style ext_node_dns_828a0bbf fill:#f59e0b,color:#fff
  style ext_node_fs_a15b7d96 fill:#f59e0b,color:#fff
  style ext_node_module_ca1b42af fill:#f59e0b,color:#fff
  style ext_node_os_d93fe73a fill:#f59e0b,color:#fff
  style ext_node_path_78811c13 fill:#f59e0b,color:#fff
  style ext_node_perf_hooks_906292ff fill:#f59e0b,color:#fff
  style ext_node_process_00cdf119 fill:#f59e0b,color:#fff
  style ext_node_readline_bb6096cc fill:#f59e0b,color:#fff
  style ext_node_url_d0cb3ad7 fill:#f59e0b,color:#fff
  style ext_octokit_plugin_retry_c9aecc53 fill:#f59e0b,color:#fff
  style ext_octokit_plugin_throttling_7909ece3 fill:#f59e0b,color:#fff
  style ext_octokit_request_error_98ae13cc fill:#f59e0b,color:#fff
  style ext_octokit_rest_c6e4d192 fill:#f59e0b,color:#fff
  style ext_picomatch_2ebdbf14 fill:#f59e0b,color:#fff
  style ext_semver_b4039641 fill:#f59e0b,color:#fff
  style ext_sqlite_vec_bae73cf2 fill:#f59e0b,color:#fff
  style ext_typescript_fb9da861 fill:#f59e0b,color:#fff
  style ext_vitest_4c9cfa13 fill:#f59e0b,color:#fff
